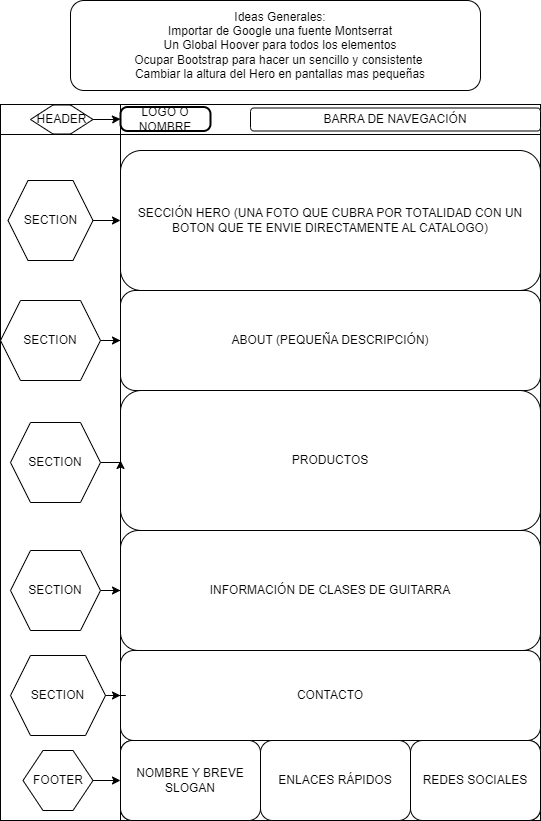
Above: Prototipo.png in albertobarbanog/https---github.com-albertobarbanog-proyecto3-landing (draw.io), before the change. Source tidied: cells renumbered, new cells last; positions are measured from the earlier drawing's top-left corner, leaving out a move shared by most shapes. Its diagram source:
```xml
<mxGraphModel>
  <root>
    <mxCell id="0" />
    <mxCell id="1" parent="0" />
    <mxCell id="2" style="shape=internalStorage;whiteSpace=wrap;html=1;backgroundOutline=1;dx=120;dy=30;" parent="1" vertex="1">
      <mxGeometry y="104" width="540" height="716" as="geometry" />
    </mxCell>
    <mxCell id="3" value="LOGO O NOMBRE" style="rounded=1;absoluteArcSize=1;arcSize=14;whiteSpace=wrap;strokeWidth=2;" parent="1" vertex="1">
      <mxGeometry x="120" y="106.5" width="90" height="24" as="geometry" />
    </mxCell>
    <mxCell id="4" value="BARRA DE NAVEGACIÓN" style="rounded=1;whiteSpace=wrap;html=1;" parent="1" vertex="1">
      <mxGeometry x="250" y="107.5" width="290" height="23" as="geometry" />
    </mxCell>
    <mxCell id="5" value="SECCIÓN HERO (UNA FOTO QUE CUBRA POR TOTALIDAD CON UN BOTON QUE TE ENVIE DIRECTAMENTE AL CATALOGO)" style="rounded=1;whiteSpace=wrap;html=1;" parent="1" vertex="1">
      <mxGeometry x="120" y="150" width="420" height="140" as="geometry" />
    </mxCell>
    <mxCell id="6" value="ABOUT (PEQUEÑA DESCRIPCIÓN)" style="rounded=1;whiteSpace=wrap;html=1;" parent="1" vertex="1">
      <mxGeometry x="120" y="290" width="420" height="100" as="geometry" />
    </mxCell>
    <mxCell id="7" value="PRODUCTOS" style="rounded=1;whiteSpace=wrap;html=1;" parent="1" vertex="1">
      <mxGeometry x="120" y="390" width="420" height="140" as="geometry" />
    </mxCell>
    <mxCell id="8" value="INFORMACIÓN DE CLASES DE GUITARRA" style="rounded=1;whiteSpace=wrap;html=1;" parent="1" vertex="1">
      <mxGeometry x="120" y="530" width="420" height="120" as="geometry" />
    </mxCell>
    <mxCell id="9" value="CONTACTO" style="rounded=1;whiteSpace=wrap;html=1;" parent="1" vertex="1">
      <mxGeometry x="120" y="650" width="420" height="90" as="geometry" />
    </mxCell>
    <mxCell id="10" style="rounded=1;whiteSpace=wrap;html=1;" parent="1" vertex="1">
      <mxGeometry x="120" y="740" width="420" height="80" as="geometry" />
    </mxCell>
    <mxCell id="11" value="NOMBRE Y BREVE SLOGAN" style="rounded=1;whiteSpace=wrap;html=1;" parent="1" vertex="1">
      <mxGeometry x="120" y="740" width="140" height="80" as="geometry" />
    </mxCell>
    <mxCell id="12" value="ENLACES RÁPIDOS" style="rounded=1;whiteSpace=wrap;html=1;" parent="1" vertex="1">
      <mxGeometry x="260" y="740" width="150" height="80" as="geometry" />
    </mxCell>
    <mxCell id="13" value="REDES SOCIALES" style="rounded=1;whiteSpace=wrap;html=1;" parent="1" vertex="1">
      <mxGeometry x="410" y="740" width="130" height="80" as="geometry" />
    </mxCell>
    <mxCell id="14" style="edgeStyle=orthogonalEdgeStyle;rounded=0;jettySize=auto;html=1;" parent="1" edge="1" source="15" target="5">
      <mxGeometry relative="1" as="geometry" />
    </mxCell>
    <mxCell id="15" value="SECTION" style="shape=hexagon;perimeter=hexagonPerimeter2;whiteSpace=wrap;html=1;fixedSize=1;" parent="1" vertex="1">
      <mxGeometry x="7.5" y="180" width="85" height="80" as="geometry" />
    </mxCell>
    <mxCell id="16" style="edgeStyle=orthogonalEdgeStyle;rounded=0;jettySize=auto;html=1;" parent="1" edge="1" source="17" target="6">
      <mxGeometry relative="1" as="geometry" />
    </mxCell>
    <mxCell id="17" value="SECTION" style="shape=hexagon;perimeter=hexagonPerimeter2;whiteSpace=wrap;html=1;fixedSize=1;" parent="1" vertex="1">
      <mxGeometry y="300" width="100" height="80" as="geometry" />
    </mxCell>
    <mxCell id="18" style="edgeStyle=orthogonalEdgeStyle;rounded=0;jettySize=auto;html=1;" parent="1" edge="1" source="19" target="7">
      <mxGeometry relative="1" as="geometry" />
    </mxCell>
    <mxCell id="19" value="SECTION" style="shape=hexagon;perimeter=hexagonPerimeter2;whiteSpace=wrap;html=1;fixedSize=1;" parent="1" vertex="1">
      <mxGeometry x="10" y="422" width="90" height="80" as="geometry" />
    </mxCell>
    <mxCell id="20" style="edgeStyle=orthogonalEdgeStyle;rounded=0;jettySize=auto;html=1;entryX=0;entryY=0.5;entryDx=0;entryDy=0;" parent="1" edge="1" source="21" target="8">
      <mxGeometry relative="1" as="geometry" />
    </mxCell>
    <mxCell id="21" value="SECTION" style="shape=hexagon;perimeter=hexagonPerimeter2;whiteSpace=wrap;html=1;fixedSize=1;" parent="1" vertex="1">
      <mxGeometry x="10" y="550" width="90" height="80" as="geometry" />
    </mxCell>
    <mxCell id="22" style="edgeStyle=orthogonalEdgeStyle;rounded=0;jettySize=auto;html=1;" parent="1" edge="1" source="23" target="9">
      <mxGeometry relative="1" as="geometry" />
    </mxCell>
    <mxCell id="23" value="SECTION" style="shape=hexagon;perimeter=hexagonPerimeter2;whiteSpace=wrap;html=1;fixedSize=1;" parent="1" vertex="1">
      <mxGeometry x="10" y="655" width="95" height="80" as="geometry" />
    </mxCell>
    <mxCell id="24" style="edgeStyle=orthogonalEdgeStyle;rounded=0;jettySize=auto;html=1;entryX=0;entryY=0.5;entryDx=0;entryDy=0;" parent="1" edge="1" source="25" target="11">
      <mxGeometry relative="1" as="geometry" />
    </mxCell>
    <mxCell id="25" value="FOOTER" style="shape=hexagon;perimeter=hexagonPerimeter2;whiteSpace=wrap;html=1;fixedSize=1;" parent="1" vertex="1">
      <mxGeometry x="22.5" y="750" width="70" height="60" as="geometry" />
    </mxCell>
    <mxCell id="26" style="edgeStyle=orthogonalEdgeStyle;rounded=0;jettySize=auto;html=1;entryX=0;entryY=0.5;entryDx=0;entryDy=0;" parent="1" edge="1" source="27" target="3">
      <mxGeometry relative="1" as="geometry" />
    </mxCell>
    <mxCell id="27" value="HEADER" style="shape=hexagon;perimeter=hexagonPerimeter2;whiteSpace=wrap;html=1;fixedSize=1;size=22.5;" parent="1" vertex="1">
      <mxGeometry x="30" y="104.5" width="62.5" height="29" as="geometry" />
    </mxCell>
    <mxCell id="28" style="rounded=1;whiteSpace=wrap;html=1;" parent="1" vertex="1">
      <mxGeometry x="70" width="410" height="90" as="geometry" />
    </mxCell>
    <mxCell id="29" value="Ideas Generales:&lt;div&gt;Importar de Google una fuente Montserrat&lt;/div&gt;&lt;div&gt;Un Global Hoover para todos los elementos&lt;/div&gt;&lt;div&gt;Ocupar Bootstrap para hacer un sencillo y consistente&amp;nbsp;&lt;/div&gt;&lt;div&gt;Cambiar la altura del Hero en pantallas mas pequeñas&lt;/div&gt;" style="text;html=1;align=center;verticalAlign=middle;whiteSpace=wrap;rounded=0;" parent="1" vertex="1">
      <mxGeometry x="30" y="5" width="500" height="80" as="geometry" />
    </mxCell>
  </root>
</mxGraphModel>
```
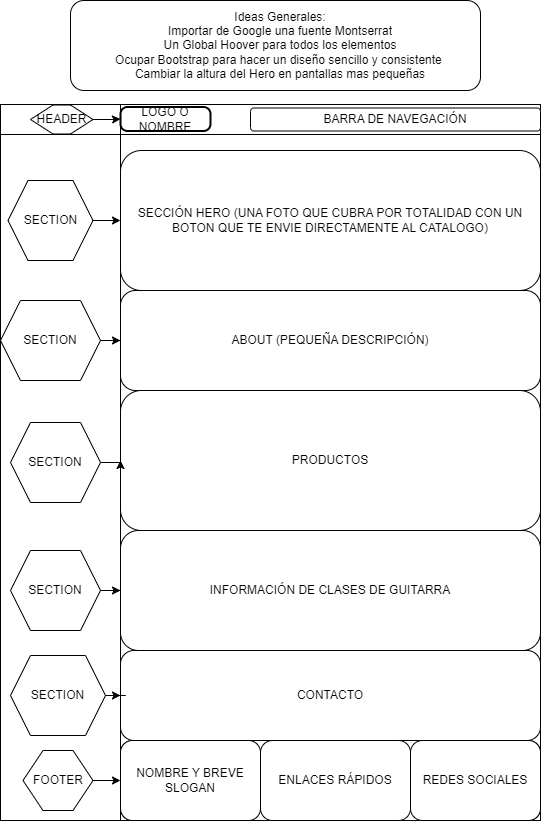
Later version of the same file.

What changed in the source:
```diff
@@ -83,7 +83,7 @@
     <mxCell id="28" style="rounded=1;whiteSpace=wrap;html=1;" parent="1" vertex="1">
       <mxGeometry x="70" width="410" height="90" as="geometry" />
     </mxCell>
-    <mxCell id="29" value="Ideas Generales:&lt;div&gt;Importar de Google una fuente Montserrat&lt;/div&gt;&lt;div&gt;Un Global Hoover para todos los elementos&lt;/div&gt;&lt;div&gt;Ocupar Bootstrap para hacer un sencillo y consistente&amp;nbsp;&lt;/div&gt;&lt;div&gt;Cambiar la altura del Hero en pantallas mas pequeñas&lt;/div&gt;" style="text;html=1;align=center;verticalAlign=middle;whiteSpace=wrap;rounded=0;" parent="1" vertex="1">
+    <mxCell id="29" value="Ideas Generales:&lt;div&gt;Importar de Google una fuente Montserrat&lt;/div&gt;&lt;div&gt;Un Global Hoover para todos los elementos&lt;/div&gt;&lt;div&gt;Ocupar Bootstrap para hacer un diseño sencillo y consistente&amp;nbsp;&lt;/div&gt;&lt;div&gt;Cambiar la altura del Hero en pantallas mas pequeñas&lt;/div&gt;" style="text;html=1;align=center;verticalAlign=middle;whiteSpace=wrap;rounded=0;" parent="1" vertex="1">
       <mxGeometry x="30" y="5" width="500" height="80" as="geometry" />
     </mxCell>
   </root>
```
